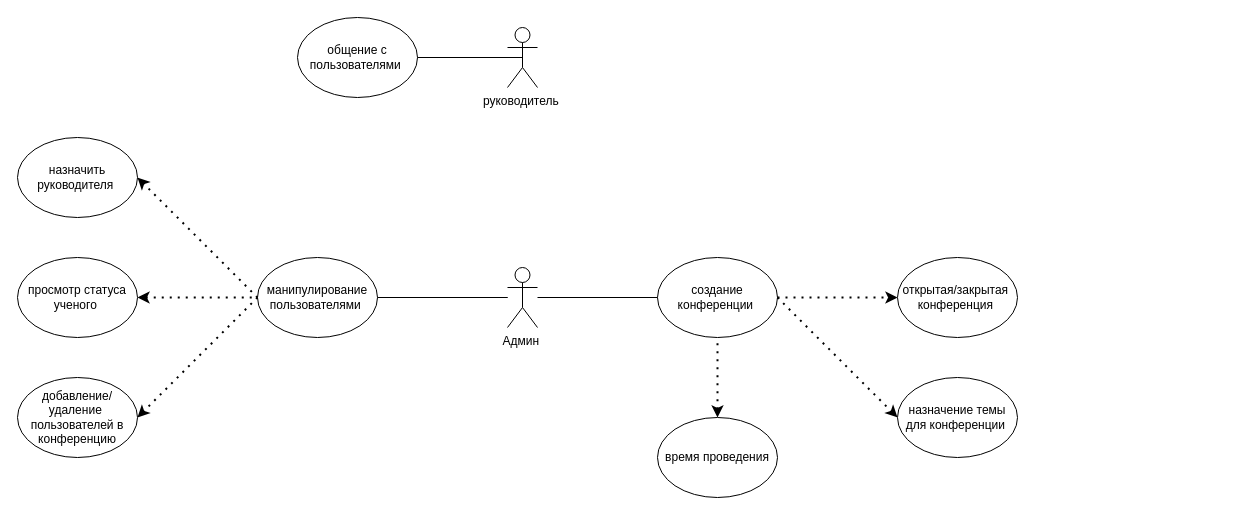
Earlier version of the draw.io diagram Диаграмма без названия.drawio (makatom15/scientific-conference-). Source tidied: cells renumbered, new cells numbered last; positions are measured from the earlier drawing's top-left corner, leaving out a move shared by most shapes. Both pictures are drawn from the tidied source at 100%, with x=0, y=0 at pixel (17, 17).
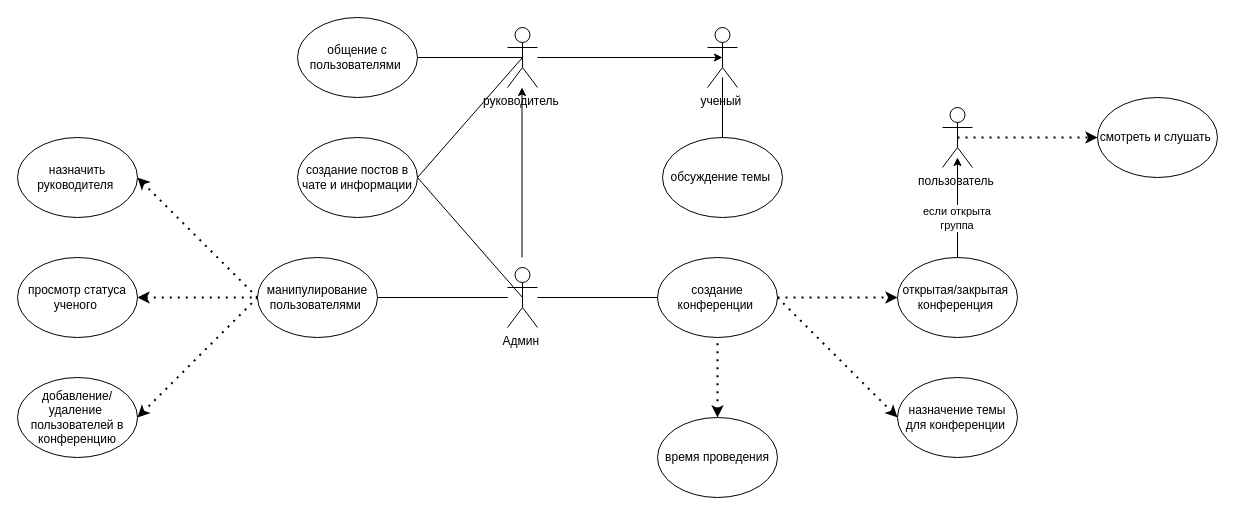
The same diagram, later.

Unchanged cells that the change refers to:
```xml
<mxCell id="10" value="Админ&amp;nbsp;" style="shape=umlActor;verticalLabelPosition=bottom;verticalAlign=top;html=1;outlineConnect=0;" parent="1" vertex="1">
  <mxGeometry x="490" y="250" width="30" height="60" as="geometry" />
</mxCell>
<mxCell id="13" value="руководитель&amp;nbsp;&lt;br&gt;" style="shape=umlActor;verticalLabelPosition=bottom;verticalAlign=top;html=1;outlineConnect=0;" parent="1" vertex="1">
  <mxGeometry x="490" y="10" width="30" height="60" as="geometry" />
</mxCell>
<mxCell id="14" value="открытая/закрытая&amp;nbsp; конференция&amp;nbsp;" style="ellipse;whiteSpace=wrap;html=1;" parent="1" vertex="1">
  <mxGeometry x="880" y="240" width="120" height="80" as="geometry" />
</mxCell>
<mxCell id="21" value="общение с пользователями&amp;nbsp;" style="ellipse;whiteSpace=wrap;html=1;" parent="1" vertex="1">
  <mxGeometry x="280" width="120" height="80" as="geometry" />
</mxCell>
```

Diff of the diagram source:
```diff
@@
-    <mxCell id="22" style="endArrow=none;html=1;rounded=0;entryX=0.5;entryY=0.5;entryDx=0;entryDy=0;entryPerimeter=0;exitX=1;exitY=0.5;exitDx=0;exitDy=0;" parent="1" edge="1" source="21" target="13">
+    <mxCell id="22" style="endArrow=none;html=1;rounded=0;entryX=0.5;entryY=0.5;entryDx=0;entryDy=0;entryPerimeter=0;exitX=1;exitY=0.5;exitDx=0;exitDy=0;startArrow=none;startFill=0;" parent="1" edge="1" source="21" target="13">
       <mxGeometry relative="1" as="geometry" />
     </mxCell>
+    <mxCell id="23" style="endArrow=classic;html=1;rounded=0;" parent="1" edge="1">
+      <mxGeometry relative="1" as="geometry">
+        <mxPoint x="504.5" y="240" as="sourcePoint" />
+        <mxPoint x="504.5" y="70" as="targetPoint" />
+      </mxGeometry>
+    </mxCell>
+    <mxCell id="24" value="создание постов в чате и информации" style="ellipse;whiteSpace=wrap;html=1;" parent="1" vertex="1">
+      <mxGeometry x="280" y="120" width="120" height="80" as="geometry" />
+    </mxCell>
+    <mxCell id="25" style="endArrow=none;html=1;rounded=0;exitX=1;exitY=0.5;exitDx=0;exitDy=0;entryX=0.5;entryY=0.5;entryDx=0;entryDy=0;entryPerimeter=0;endFill=0;startArrow=none;startFill=0;" parent="1" edge="1" source="24" target="13">
+      <mxGeometry relative="1" as="geometry" />
+    </mxCell>
+    <mxCell id="26" value="пользователь&amp;nbsp;" style="shape=umlActor;verticalLabelPosition=bottom;verticalAlign=top;html=1;outlineConnect=0;" parent="1" vertex="1">
+      <mxGeometry x="925" y="90" width="30" height="60" as="geometry" />
+    </mxCell>
+    <mxCell id="27" style="endArrow=classic;html=1;rounded=0;exitX=0.5;exitY=0;exitDx=0;exitDy=0;" parent="1" edge="1" source="14">
+      <mxGeometry relative="1" as="geometry">
+        <mxPoint x="940" y="140" as="targetPoint" />
+      </mxGeometry>
+    </mxCell>
+    <mxCell id="28" value="если открыта&amp;nbsp;&lt;br&gt;группа&amp;nbsp;&lt;br&gt;" style="edgeLabel;html=1;align=center;verticalAlign=middle;" parent="27" vertex="1">
+      <mxGeometry x="-0.04" y="-3" relative="1" as="geometry">
+        <mxPoint x="-3" y="8" as="offset" />
+      </mxGeometry>
+    </mxCell>
+    <mxCell id="29" value="смотреть и слушать&amp;nbsp;" style="ellipse;whiteSpace=wrap;html=1;" parent="1" vertex="1">
+      <mxGeometry x="1080" y="80" width="120" height="80" as="geometry" />
+    </mxCell>
+    <mxCell id="30" style="endArrow=classic;dashed=1;html=1;dashPattern=1 3;strokeWidth=2;rounded=0;entryX=0;entryY=0.5;entryDx=0;entryDy=0;exitX=0.5;exitY=0.5;exitDx=0;exitDy=0;exitPerimeter=0;endFill=1;" parent="1" edge="1" source="26" target="29">
+      <mxGeometry relative="1" as="geometry" />
+    </mxCell>
+    <mxCell id="31" style="endArrow=none;html=1;rounded=0;exitX=0.5;exitY=0.5;exitDx=0;exitDy=0;exitPerimeter=0;entryX=1;entryY=0.5;entryDx=0;entryDy=0;startArrow=none;startFill=0;endFill=0;" parent="1" edge="1" source="10" target="24">
+      <mxGeometry relative="1" as="geometry" />
+    </mxCell>
+    <mxCell id="32" value="ученый&amp;nbsp;&lt;br&gt;" style="shape=umlActor;verticalLabelPosition=bottom;verticalAlign=top;html=1;outlineConnect=0;" parent="1" vertex="1">
+      <mxGeometry x="690" y="10" width="30" height="60" as="geometry" />
+    </mxCell>
+    <mxCell id="33" style="endArrow=classic;html=1;rounded=0;entryX=0.5;entryY=0.5;entryDx=0;entryDy=0;entryPerimeter=0;" parent="1" edge="1" source="13" target="32">
+      <mxGeometry relative="1" as="geometry" />
+    </mxCell>
+    <mxCell id="34" value="обсуждение темы&amp;nbsp;" style="ellipse;whiteSpace=wrap;html=1;" parent="1" vertex="1">
+      <mxGeometry x="645" y="120" width="120" height="80" as="geometry" />
+    </mxCell>
+    <mxCell id="35" style="endArrow=none;html=1;rounded=0;exitX=0.5;exitY=0;exitDx=0;exitDy=0;" parent="1" edge="1" source="34">
+      <mxGeometry relative="1" as="geometry">
+        <mxPoint x="705" y="60" as="targetPoint" />
+      </mxGeometry>
+    </mxCell>
```
